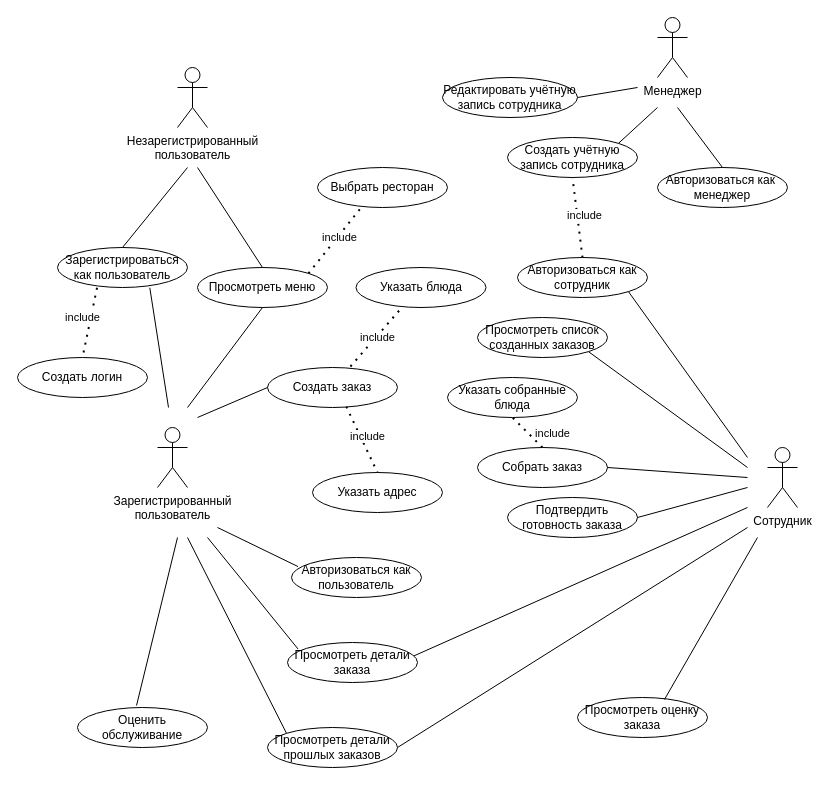
Above: doc/use-case.drawio in Nuikut/fastapi-react-delivery (draw.io), before the change. Source tidied: cells renumbered, new cells numbered last; positions are measured from the earlier drawing's top-left corner, leaving out a move shared by most shapes. Both pictures are drawn from the tidied source at 100%, with x=0, y=0 at pixel (17, 17).
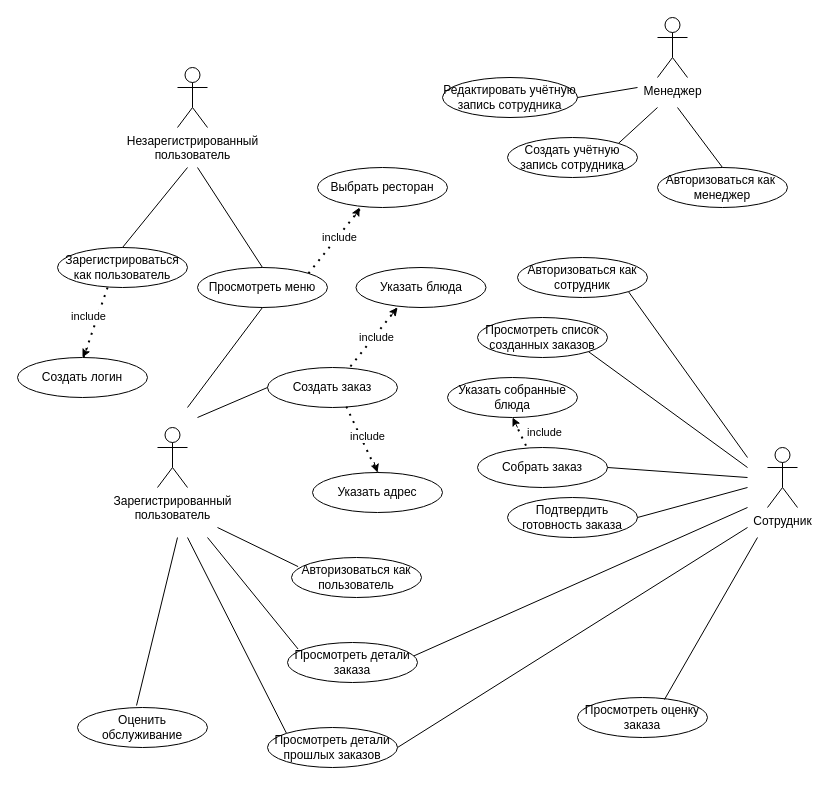
After the change.

The change refers to these unchanged cells:
```xml
<mxCell id="4" value="Зарегистрироваться&lt;br&gt;как пользователь" style="ellipse;whiteSpace=wrap;html=1;" parent="1" vertex="1">
  <mxGeometry x="40" y="230" width="130" height="40" as="geometry" />
</mxCell>
<mxCell id="6" value="Создать заказ" style="ellipse;whiteSpace=wrap;html=1;" parent="1" vertex="1">
  <mxGeometry x="250" y="350" width="130" height="40" as="geometry" />
</mxCell>
<mxCell id="7" value="Создать логин" style="ellipse;whiteSpace=wrap;html=1;" parent="1" vertex="1">
  <mxGeometry y="340" width="130" height="40" as="geometry" />
</mxCell>
<mxCell id="8" value="Указать адрес" style="ellipse;whiteSpace=wrap;html=1;" parent="1" vertex="1">
  <mxGeometry x="295" y="455" width="130" height="40" as="geometry" />
</mxCell>
<mxCell id="10" value="Указать блюда" style="ellipse;whiteSpace=wrap;html=1;" parent="1" vertex="1">
  <mxGeometry x="338.5" y="250" width="130" height="40" as="geometry" />
</mxCell>
<mxCell id="22" value="Собрать заказ" style="ellipse;whiteSpace=wrap;html=1;" parent="1" vertex="1">
  <mxGeometry x="460" y="430" width="130" height="40" as="geometry" />
</mxCell>
<mxCell id="23" value="Авторизоваться как сотрудник" style="ellipse;whiteSpace=wrap;html=1;" parent="1" vertex="1">
  <mxGeometry x="500" y="240" width="130" height="40" as="geometry" />
</mxCell>
<mxCell id="32" value="Указать собранные блюда" style="ellipse;whiteSpace=wrap;html=1;" parent="1" vertex="1">
  <mxGeometry x="430" y="360" width="130" height="40" as="geometry" />
</mxCell>
<mxCell id="41" value="Создать учётную запись сотрудника" style="ellipse;whiteSpace=wrap;html=1;" parent="1" vertex="1">
  <mxGeometry x="490" y="120" width="130" height="40" as="geometry" />
</mxCell>
```

Change to the diagram source:
```diff
@@
-    <mxCell id="12" style="endArrow=none;dashed=1;html=1;dashPattern=1 3;strokeWidth=2;rounded=0;entryX=0.5;entryY=0;entryDx=0;entryDy=0;exitX=0.304;exitY=1.008;exitDx=0;exitDy=0;exitPerimeter=0;" parent="1" edge="1" source="4" target="7">
+    <mxCell id="12" style="endArrow=none;dashed=1;html=1;dashPattern=1 3;strokeWidth=2;rounded=0;entryX=0.509;entryY=-0.013;entryDx=0;entryDy=0;exitX=0.385;exitY=1;exitDx=0;exitDy=0;exitPerimeter=0;entryPerimeter=0;" parent="1" edge="1" source="4" target="7">
       <mxGeometry relative="1" as="geometry" />
     </mxCell>
@@
-    <mxCell id="14" style="endArrow=none;dashed=1;html=1;dashPattern=1 3;strokeWidth=2;rounded=0;entryX=0.351;entryY=1.007;entryDx=0;entryDy=0;exitX=0.638;exitY=-0.025;exitDx=0;exitDy=0;entryPerimeter=0;exitPerimeter=0;" parent="1" edge="1" source="6" target="10">
-      <mxGeometry relative="1" as="geometry" />
+    <mxCell id="14" style="endArrow=none;dashed=1;html=1;dashPattern=1 3;strokeWidth=2;rounded=0;exitX=0.638;exitY=-0.025;exitDx=0;exitDy=0;exitPerimeter=0;" parent="1" edge="1" source="6">
+      <mxGeometry relative="1" as="geometry">
+        <mxPoint x="380" y="290" as="targetPoint" />
+      </mxGeometry>
     </mxCell>
@@
-    <mxCell id="33" style="endArrow=none;dashed=1;html=1;dashPattern=1 3;strokeWidth=2;rounded=0;entryX=0.5;entryY=1;entryDx=0;entryDy=0;exitX=0.5;exitY=0;exitDx=0;exitDy=0;" parent="1" edge="1" source="22" target="32">
+    <mxCell id="33" style="endArrow=none;dashed=1;html=1;dashPattern=1 3;strokeWidth=2;rounded=0;entryX=0.5;entryY=1;entryDx=0;entryDy=0;exitX=0.373;exitY=-0.046;exitDx=0;exitDy=0;exitPerimeter=0;" parent="1" edge="1" source="22" target="32">
       <mxGeometry relative="1" as="geometry" />
     </mxCell>
@@
-    <mxCell id="42" style="endArrow=none;dashed=1;html=1;dashPattern=1 3;strokeWidth=2;rounded=0;entryX=0.5;entryY=1;entryDx=0;entryDy=0;exitX=0.5;exitY=0;exitDx=0;exitDy=0;" parent="1" edge="1" source="23" target="41">
-      <mxGeometry relative="1" as="geometry" />
-    </mxCell>
-    <mxCell id="43" value="include" style="edgeLabel;html=1;align=center;verticalAlign=middle;" parent="42" vertex="1">
-      <mxGeometry x="-0.12" y="-2" relative="1" as="geometry">
-        <mxPoint x="4" y="-8" as="offset" />
-      </mxGeometry>
-    </mxCell>
@@
-    <mxCell id="51" style="endArrow=none;html=1;rounded=0;exitX=0.71;exitY=1.007;exitDx=0;exitDy=0;exitPerimeter=0;" parent="1" edge="1" source="4">
-      <mxGeometry relative="1" as="geometry">
-        <mxPoint x="151" y="390" as="targetPoint" />
-      </mxGeometry>
-    </mxCell>
@@
+    <mxCell id="57" style="endArrow=classic;html=1;rounded=0;entryX=0.344;entryY=1.03;entryDx=0;entryDy=0;entryPerimeter=0;" parent="1" edge="1">
+      <mxGeometry relative="1" as="geometry">
+        <mxPoint x="335.9" y="199" as="sourcePoint" />
+        <mxPoint x="342.1" y="190" as="targetPoint" />
+        <Array as="points">
+          <mxPoint x="337.4" y="198.8" />
+        </Array>
+      </mxGeometry>
+    </mxCell>
+    <mxCell id="58" style="endArrow=classic;html=1;rounded=0;entryX=0.373;entryY=1.024;entryDx=0;entryDy=0;entryPerimeter=0;" parent="1" edge="1">
+      <mxGeometry relative="1" as="geometry">
+        <mxPoint x="373" y="299" as="sourcePoint" />
+        <mxPoint x="380" y="290" as="targetPoint" />
+      </mxGeometry>
+    </mxCell>
+    <mxCell id="59" style="endArrow=classic;html=1;rounded=0;entryX=0.5;entryY=0;entryDx=0;entryDy=0;" parent="1" edge="1" target="8">
+      <mxGeometry relative="1" as="geometry">
+        <mxPoint x="356.5" y="444.5" as="sourcePoint" />
+      </mxGeometry>
+    </mxCell>
+    <mxCell id="60" style="endArrow=classic;html=1;rounded=0;entryX=0.5;entryY=1;entryDx=0;entryDy=0;" parent="1" edge="1" target="32">
+      <mxGeometry relative="1" as="geometry">
+        <mxPoint x="500" y="410" as="sourcePoint" />
+      </mxGeometry>
+    </mxCell>
+    <mxCell id="61" style="endArrow=classic;html=1;rounded=0;entryX=0.5;entryY=0;entryDx=0;entryDy=0;" parent="1" edge="1" target="7">
+      <mxGeometry relative="1" as="geometry">
+        <mxPoint x="70" y="330" as="sourcePoint" />
+      </mxGeometry>
+    </mxCell>
```
